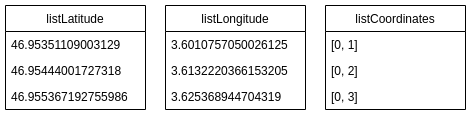
The draw.io diagram Documentation/src/abb/listen_pixel_berechnung.png in PaulSut/DeepRain2, before a commit. Source tidied: cells renumbered, new cells last; positions are measured from the earlier drawing's top-left corner, leaving out a move shared by most shapes.
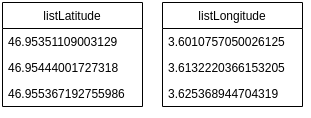
The same diagram one commit later.

Commit message:
Algorithmus zur berechnung des Pixels erklärt.

What changed in the source:
```diff
@@ -26,17 +26,5 @@
     <mxCell id="9" value="3.625368944704319" style="text;strokeColor=none;fillColor=none;align=left;verticalAlign=top;spacingLeft=4;spacingRight=4;overflow=hidden;" parent="6" vertex="1">
       <mxGeometry y="78" width="140" height="26" as="geometry" />
     </mxCell>
-    <mxCell id="10" value="listCoordinates" style="swimlane;fontStyle=0;horizontal=1;startSize=26;fillColor=none;" parent="1" vertex="1">
-      <mxGeometry x="320" width="140" height="104" as="geometry" />
-    </mxCell>
-    <mxCell id="11" value="[0, 1]" style="text;strokeColor=none;fillColor=none;align=left;verticalAlign=top;spacingLeft=4;spacingRight=4;overflow=hidden;" parent="10" vertex="1">
-      <mxGeometry y="26" width="140" height="26" as="geometry" />
-    </mxCell>
-    <mxCell id="12" value="[0, 2]" style="text;strokeColor=none;fillColor=none;align=left;verticalAlign=top;spacingLeft=4;spacingRight=4;overflow=hidden;" parent="10" vertex="1">
-      <mxGeometry y="52" width="140" height="26" as="geometry" />
-    </mxCell>
-    <mxCell id="13" value="[0, 3]" style="text;strokeColor=none;fillColor=none;align=left;verticalAlign=top;spacingLeft=4;spacingRight=4;overflow=hidden;" parent="10" vertex="1">
-      <mxGeometry y="78" width="140" height="26" as="geometry" />
-    </mxCell>
   </root>
 </mxGraphModel>
```
